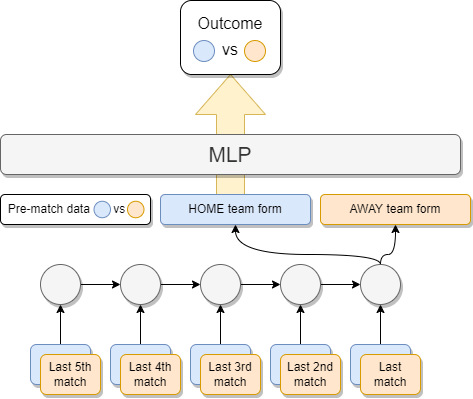
The draw.io diagram hybrid/images/hybrid-architecture.png in davnig/football-match-results-prediction, before a commit. Source tidied: cells renumbered, new cells last; positions are measured from the earlier drawing's top-left corner, leaving out a move shared by most shapes.
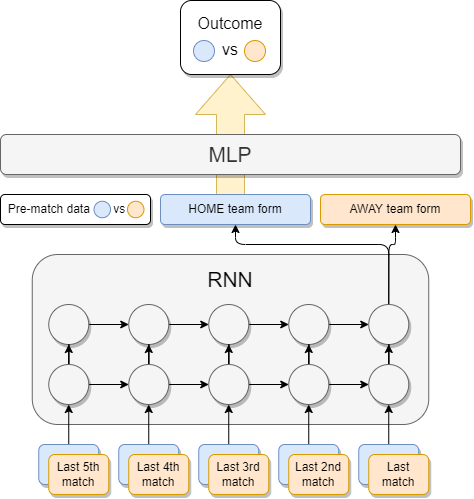
The same diagram one commit later.

Diff of the diagram source:
```diff
@@ -2,6 +2,9 @@
   <root>
     <mxCell id="0" />
     <mxCell id="1" parent="0" />
+    <mxCell id="38" style="rounded=1;whiteSpace=wrap;html=1;fillColor=#f5f5f5;fontColor=#333333;strokeColor=#666666;" parent="1" vertex="1">
+      <mxGeometry x="31.8" y="254" width="396.5" height="170" as="geometry" />
+    </mxCell>
     <mxCell id="2" style="html=1;shadow=0;dashed=0;align=center;verticalAlign=middle;shape=mxgraph.arrows2.arrow;dy=0.6;dx=40;direction=north;notch=0;rounded=1;fontSize=21;fillColor=#fff2cc;strokeColor=#d6b656;" parent="1" vertex="1">
       <mxGeometry x="195" y="74" width="70" height="120" as="geometry" />
     </mxCell>
@@ -9,89 +12,89 @@
       <mxGeometry relative="1" as="geometry" />
     </mxCell>
     <mxCell id="4" style="ellipse;whiteSpace=wrap;html=1;rounded=1;fillColor=#f5f5f5;strokeColor=#666666;fontColor=#333333;shadow=1;" parent="1" vertex="1">
-      <mxGeometry x="40" y="264" width="40" height="40" as="geometry" />
+      <mxGeometry x="48.2" y="304" width="40" height="40" as="geometry" />
     </mxCell>
     <mxCell id="5" style="edgeStyle=orthogonalEdgeStyle;rounded=1;jettySize=auto;html=1;entryX=0;entryY=0.5;entryDx=0;entryDy=0;curved=1;shadow=0;" parent="1" edge="1" source="6" target="8">
       <mxGeometry relative="1" as="geometry" />
     </mxCell>
     <mxCell id="6" style="ellipse;whiteSpace=wrap;html=1;rounded=1;fillColor=#f5f5f5;strokeColor=#666666;fontColor=#333333;shadow=1;" parent="1" vertex="1">
-      <mxGeometry x="120" y="264" width="40" height="40" as="geometry" />
+      <mxGeometry x="128.2" y="304" width="40" height="40" as="geometry" />
     </mxCell>
     <mxCell id="7" style="edgeStyle=orthogonalEdgeStyle;rounded=1;jettySize=auto;html=1;entryX=0;entryY=0.5;entryDx=0;entryDy=0;curved=1;shadow=0;" parent="1" edge="1" source="8" target="10">
       <mxGeometry relative="1" as="geometry" />
     </mxCell>
     <mxCell id="8" style="ellipse;whiteSpace=wrap;html=1;rounded=1;fillColor=#f5f5f5;strokeColor=#666666;fontColor=#333333;shadow=1;" parent="1" vertex="1">
-      <mxGeometry x="200" y="264" width="40" height="40" as="geometry" />
+      <mxGeometry x="208.2" y="304" width="40" height="40" as="geometry" />
     </mxCell>
     <mxCell id="9" style="edgeStyle=orthogonalEdgeStyle;rounded=1;jettySize=auto;html=1;entryX=0;entryY=0.5;entryDx=0;entryDy=0;curved=1;shadow=0;" parent="1" edge="1" source="10" target="13">
       <mxGeometry relative="1" as="geometry" />
     </mxCell>
     <mxCell id="10" style="ellipse;whiteSpace=wrap;html=1;rounded=1;fillColor=#f5f5f5;strokeColor=#666666;fontColor=#333333;shadow=1;" parent="1" vertex="1">
-      <mxGeometry x="280" y="264" width="40" height="40" as="geometry" />
+      <mxGeometry x="288.2" y="304" width="40" height="40" as="geometry" />
     </mxCell>
+    <mxCell id="12" style="edgeStyle=orthogonalEdgeStyle;rounded=1;jettySize=auto;html=1;entryX=0.5;entryY=1;entryDx=0;entryDy=0;fontSize=21;" parent="1" edge="1" source="13" target="30">
+      <mxGeometry relative="1" as="geometry">
+        <Array as="points">
+          <mxPoint x="388" y="244" />
+          <mxPoint x="395" y="244" />
+        </Array>
+      </mxGeometry>
+    </mxCell>
-    <mxCell id="11" style="edgeStyle=orthogonalEdgeStyle;curved=1;jettySize=auto;html=1;entryX=0.5;entryY=1;entryDx=0;entryDy=0;shadow=0;fontSize=21;strokeColor=default;" parent="1" edge="1" source="13" target="29">
+    <mxCell id="11" style="edgeStyle=orthogonalEdgeStyle;jettySize=auto;html=1;entryX=0.5;entryY=1;entryDx=0;entryDy=0;fontSize=21;rounded=1;" parent="1" edge="1" source="13" target="29">
       <mxGeometry relative="1" as="geometry">
         <Array as="points">
-          <mxPoint x="380" y="254" />
-          <mxPoint x="235" y="254" />
+          <mxPoint x="388" y="244" />
+          <mxPoint x="235" y="244" />
         </Array>
       </mxGeometry>
     </mxCell>
-    <mxCell id="12" style="edgeStyle=orthogonalEdgeStyle;curved=1;jettySize=auto;html=1;entryX=0.5;entryY=1;entryDx=0;entryDy=0;shadow=0;fontSize=21;strokeColor=default;" parent="1" edge="1" source="13" target="30">
-      <mxGeometry relative="1" as="geometry">
-        <Array as="points">
-          <mxPoint x="380" y="254" />
-          <mxPoint x="395" y="254" />
-        </Array>
-      </mxGeometry>
-    </mxCell>
     <mxCell id="13" style="ellipse;whiteSpace=wrap;html=1;rounded=1;fillColor=#f5f5f5;strokeColor=#666666;fontColor=#333333;shadow=1;" parent="1" vertex="1">
-      <mxGeometry x="360" y="264" width="40" height="40" as="geometry" />
+      <mxGeometry x="368.2" y="304" width="40" height="40" as="geometry" />
     </mxCell>
-    <mxCell id="14" style="edgeStyle=orthogonalEdgeStyle;rounded=1;jettySize=auto;html=1;entryX=0.5;entryY=1;entryDx=0;entryDy=0;curved=1;shadow=0;" parent="1" edge="1" source="15" target="4">
-      <mxGeometry relative="1" as="geometry" />
-    </mxCell>
+    <mxCell id="39" style="edgeStyle=orthogonalEdgeStyle;rounded=0;jettySize=auto;html=1;entryX=0.5;entryY=1;entryDx=0;entryDy=0;" parent="1" edge="1" source="15" target="46">
+      <mxGeometry relative="1" as="geometry" />
+    </mxCell>
     <mxCell id="15" style="rounded=1;whiteSpace=wrap;html=1;fillColor=#dae8fc;strokeColor=#6c8ebf;shadow=1;" parent="1" vertex="1">
-      <mxGeometry x="30" y="344" width="60" height="40" as="geometry" />
+      <mxGeometry x="38.2" y="444" width="60" height="40" as="geometry" />
     </mxCell>
-    <mxCell id="16" style="edgeStyle=orthogonalEdgeStyle;rounded=1;jettySize=auto;html=1;entryX=0.5;entryY=1;entryDx=0;entryDy=0;curved=1;shadow=0;" parent="1" edge="1" source="17" target="6">
-      <mxGeometry relative="1" as="geometry" />
-    </mxCell>
+    <mxCell id="40" style="edgeStyle=orthogonalEdgeStyle;rounded=0;jettySize=auto;html=1;entryX=0.5;entryY=1;entryDx=0;entryDy=0;" parent="1" edge="1" source="17" target="49">
+      <mxGeometry relative="1" as="geometry" />
+    </mxCell>
     <mxCell id="17" style="rounded=1;whiteSpace=wrap;html=1;fillColor=#dae8fc;strokeColor=#6c8ebf;shadow=1;" parent="1" vertex="1">
-      <mxGeometry x="110" y="344" width="60" height="40" as="geometry" />
+      <mxGeometry x="118.2" y="444" width="60" height="40" as="geometry" />
     </mxCell>
-    <mxCell id="18" style="edgeStyle=orthogonalEdgeStyle;rounded=1;jettySize=auto;html=1;entryX=0.5;entryY=1;entryDx=0;entryDy=0;curved=1;shadow=0;" parent="1" edge="1" source="19" target="8">
-      <mxGeometry relative="1" as="geometry" />
-    </mxCell>
+    <mxCell id="41" style="edgeStyle=orthogonalEdgeStyle;rounded=0;jettySize=auto;html=1;entryX=0.5;entryY=1;entryDx=0;entryDy=0;" parent="1" edge="1" source="19" target="52">
+      <mxGeometry relative="1" as="geometry" />
+    </mxCell>
     <mxCell id="19" style="rounded=1;whiteSpace=wrap;html=1;fillColor=#dae8fc;strokeColor=#6c8ebf;shadow=1;" parent="1" vertex="1">
-      <mxGeometry x="190" y="344" width="60" height="40" as="geometry" />
+      <mxGeometry x="198.2" y="444" width="60" height="40" as="geometry" />
     </mxCell>
-    <mxCell id="20" style="edgeStyle=orthogonalEdgeStyle;rounded=1;jettySize=auto;html=1;entryX=0.5;entryY=1;entryDx=0;entryDy=0;curved=1;shadow=0;" parent="1" edge="1" source="21" target="10">
-      <mxGeometry relative="1" as="geometry" />
-    </mxCell>
+    <mxCell id="42" style="edgeStyle=orthogonalEdgeStyle;rounded=0;jettySize=auto;html=1;entryX=0.5;entryY=1;entryDx=0;entryDy=0;" parent="1" edge="1" source="21" target="55">
+      <mxGeometry relative="1" as="geometry" />
+    </mxCell>
     <mxCell id="21" style="rounded=1;whiteSpace=wrap;html=1;fillColor=#dae8fc;strokeColor=#6c8ebf;shadow=1;" parent="1" vertex="1">
-      <mxGeometry x="270" y="344" width="60" height="40" as="geometry" />
+      <mxGeometry x="278.2" y="444" width="60" height="40" as="geometry" />
     </mxCell>
-    <mxCell id="22" style="edgeStyle=orthogonalEdgeStyle;rounded=1;jettySize=auto;html=1;entryX=0.5;entryY=1;entryDx=0;entryDy=0;curved=1;shadow=0;" parent="1" edge="1" source="23" target="13">
-      <mxGeometry relative="1" as="geometry" />
-    </mxCell>
+    <mxCell id="43" style="edgeStyle=orthogonalEdgeStyle;rounded=0;jettySize=auto;html=1;entryX=0.5;entryY=1;entryDx=0;entryDy=0;" parent="1" edge="1" source="23" target="57">
+      <mxGeometry relative="1" as="geometry" />
+    </mxCell>
     <mxCell id="23" style="rounded=1;whiteSpace=wrap;html=1;fillColor=#dae8fc;strokeColor=#6c8ebf;shadow=1;" parent="1" vertex="1">
-      <mxGeometry x="350" y="344" width="60" height="40" as="geometry" />
+      <mxGeometry x="358.2" y="444" width="60" height="40" as="geometry" />
     </mxCell>
     <mxCell id="24" value="Last 5th match" style="rounded=1;whiteSpace=wrap;html=1;fillColor=#ffe6cc;strokeColor=#d79b00;shadow=1;" parent="1" vertex="1">
-      <mxGeometry x="40" y="354" width="60" height="40" as="geometry" />
+      <mxGeometry x="48.2" y="454" width="60" height="40" as="geometry" />
     </mxCell>
     <mxCell id="25" value="Last 4th match" style="rounded=1;whiteSpace=wrap;html=1;fillColor=#ffe6cc;strokeColor=#d79b00;shadow=1;" parent="1" vertex="1">
-      <mxGeometry x="120" y="354" width="60" height="40" as="geometry" />
+      <mxGeometry x="128.2" y="454" width="60" height="40" as="geometry" />
     </mxCell>
     <mxCell id="26" value="Last 3rd match" style="rounded=1;whiteSpace=wrap;html=1;fillColor=#ffe6cc;strokeColor=#d79b00;shadow=1;" parent="1" vertex="1">
-      <mxGeometry x="200" y="354" width="60" height="40" as="geometry" />
+      <mxGeometry x="208.2" y="454" width="60" height="40" as="geometry" />
     </mxCell>
     <mxCell id="27" value="Last 2nd match" style="rounded=1;whiteSpace=wrap;html=1;fillColor=#ffe6cc;strokeColor=#d79b00;shadow=1;" parent="1" vertex="1">
-      <mxGeometry x="280" y="354" width="60" height="40" as="geometry" />
+      <mxGeometry x="288.2" y="454" width="60" height="40" as="geometry" />
     </mxCell>
     <mxCell id="28" value="Last match" style="rounded=1;whiteSpace=wrap;html=1;fillColor=#ffe6cc;strokeColor=#d79b00;shadow=1;" parent="1" vertex="1">
-      <mxGeometry x="360" y="354" width="60" height="40" as="geometry" />
+      <mxGeometry x="368.2" y="454" width="60" height="40" as="geometry" />
     </mxCell>
     <mxCell id="29" value="HOME team form" style="rounded=1;whiteSpace=wrap;html=1;fillColor=#dae8fc;strokeColor=#6c8ebf;shadow=1;" parent="1" vertex="1">
       <mxGeometry x="160" y="194" width="150" height="30" as="geometry" />
@@ -120,5 +123,50 @@
     <mxCell id="37" style="ellipse;whiteSpace=wrap;html=1;rounded=1;shadow=0;fontSize=16;fillColor=#ffe6cc;strokeColor=#d79b00;" parent="1" vertex="1">
       <mxGeometry x="127" y="200.8" width="16.5" height="16.5" as="geometry" />
     </mxCell>
+    <mxCell id="44" style="edgeStyle=orthogonalEdgeStyle;rounded=1;jettySize=auto;html=1;entryX=0;entryY=0.5;entryDx=0;entryDy=0;curved=1;shadow=0;" parent="1" edge="1" source="46" target="49">
+      <mxGeometry relative="1" as="geometry" />
+    </mxCell>
+    <mxCell id="45" style="edgeStyle=orthogonalEdgeStyle;rounded=0;jettySize=auto;html=1;entryX=0.5;entryY=1;entryDx=0;entryDy=0;" parent="1" edge="1" source="46" target="4">
+      <mxGeometry relative="1" as="geometry" />
+    </mxCell>
+    <mxCell id="46" style="ellipse;whiteSpace=wrap;html=1;rounded=1;fillColor=#f5f5f5;strokeColor=#666666;fontColor=#333333;shadow=1;" parent="1" vertex="1">
+      <mxGeometry x="48.2" y="364" width="40" height="40" as="geometry" />
+    </mxCell>
+    <mxCell id="47" style="edgeStyle=orthogonalEdgeStyle;rounded=1;jettySize=auto;html=1;entryX=0;entryY=0.5;entryDx=0;entryDy=0;curved=1;shadow=0;" parent="1" edge="1" source="49" target="52">
+      <mxGeometry relative="1" as="geometry" />
+    </mxCell>
+    <mxCell id="48" style="edgeStyle=orthogonalEdgeStyle;rounded=0;jettySize=auto;html=1;entryX=0.5;entryY=1;entryDx=0;entryDy=0;" parent="1" edge="1" source="49" target="6">
+      <mxGeometry relative="1" as="geometry" />
+    </mxCell>
+    <mxCell id="49" style="ellipse;whiteSpace=wrap;html=1;rounded=1;fillColor=#f5f5f5;strokeColor=#666666;fontColor=#333333;shadow=1;" parent="1" vertex="1">
+      <mxGeometry x="128.2" y="364" width="40" height="40" as="geometry" />
+    </mxCell>
+    <mxCell id="50" style="edgeStyle=orthogonalEdgeStyle;rounded=1;jettySize=auto;html=1;entryX=0;entryY=0.5;entryDx=0;entryDy=0;curved=1;shadow=0;" parent="1" edge="1" source="52" target="55">
+      <mxGeometry relative="1" as="geometry" />
+    </mxCell>
+    <mxCell id="51" style="edgeStyle=orthogonalEdgeStyle;rounded=0;jettySize=auto;html=1;entryX=0.5;entryY=1;entryDx=0;entryDy=0;" parent="1" edge="1" source="52" target="8">
+      <mxGeometry relative="1" as="geometry" />
+    </mxCell>
+    <mxCell id="52" style="ellipse;whiteSpace=wrap;html=1;rounded=1;fillColor=#f5f5f5;strokeColor=#666666;fontColor=#333333;shadow=1;" parent="1" vertex="1">
+      <mxGeometry x="208.2" y="364" width="40" height="40" as="geometry" />
+    </mxCell>
+    <mxCell id="53" style="edgeStyle=orthogonalEdgeStyle;rounded=1;jettySize=auto;html=1;entryX=0;entryY=0.5;entryDx=0;entryDy=0;curved=1;shadow=0;" parent="1" edge="1" source="55" target="57">
+      <mxGeometry relative="1" as="geometry" />
+    </mxCell>
+    <mxCell id="54" style="edgeStyle=orthogonalEdgeStyle;rounded=0;jettySize=auto;html=1;entryX=0.5;entryY=1;entryDx=0;entryDy=0;" parent="1" edge="1" source="55" target="10">
+      <mxGeometry relative="1" as="geometry" />
+    </mxCell>
+    <mxCell id="55" style="ellipse;whiteSpace=wrap;html=1;rounded=1;fillColor=#f5f5f5;strokeColor=#666666;fontColor=#333333;shadow=1;" parent="1" vertex="1">
+      <mxGeometry x="288.2" y="364" width="40" height="40" as="geometry" />
+    </mxCell>
+    <mxCell id="56" style="edgeStyle=orthogonalEdgeStyle;rounded=0;jettySize=auto;html=1;entryX=0.5;entryY=1;entryDx=0;entryDy=0;" parent="1" edge="1" source="57" target="13">
+      <mxGeometry relative="1" as="geometry" />
+    </mxCell>
+    <mxCell id="57" style="ellipse;whiteSpace=wrap;html=1;rounded=1;fillColor=#f5f5f5;strokeColor=#666666;fontColor=#333333;shadow=1;" parent="1" vertex="1">
+      <mxGeometry x="368.2" y="364" width="40" height="40" as="geometry" />
+    </mxCell>
+    <mxCell id="58" value="RNN" style="text;html=1;strokeColor=none;fillColor=none;align=center;verticalAlign=middle;whiteSpace=wrap;rounded=0;fontSize=21;" parent="1" vertex="1">
+      <mxGeometry x="200" y="264" width="60" height="30" as="geometry" />
+    </mxCell>
   </root>
 </mxGraphModel>
```
